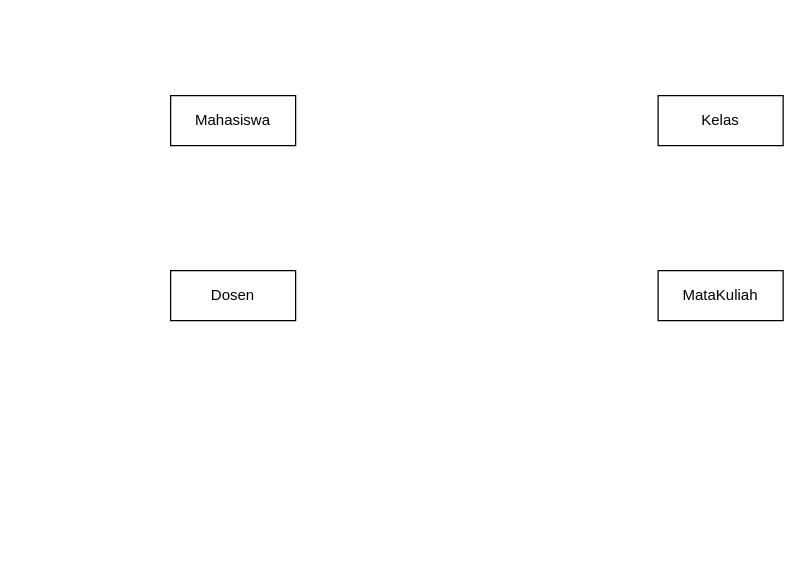
ignatiusbarry69/draw.io keeps this draw.io diagram as database_progweb_tugas4.drawio. Above is the earlier version. Source tidied: cells renumbered, new cells numbered last; positions are measured from the earlier drawing's top-left corner, leaving out a move shared by most shapes. Both pictures are drawn from the tidied source at 125%, with x=0, y=0 at pixel (170, 95).
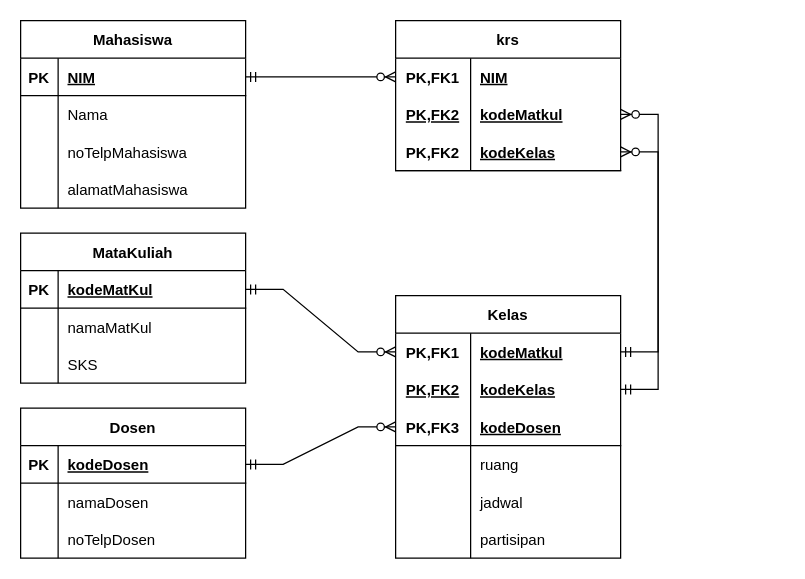
The same diagram, later.

The edit, as a diff of the source:
```diff
@@
-    <mxCell id="2" value="Mahasiswa" style="whiteSpace=wrap;html=1;align=center;" parent="1" vertex="1">
-      <mxGeometry width="100" height="40" as="geometry" />
+    <mxCell id="2" value="Mahasiswa" style="shape=table;startSize=30;childLayout=tableLayout;rowLines=0;fontStyle=1;align=center;" parent="1" vertex="1">
+      <mxGeometry x="-120" y="-60" width="180" height="150" as="geometry" />
     </mxCell>
+    <mxCell id="6" style="shape=tableRow;horizontal=0;startSize=0;swimlaneHead=0;swimlaneBody=0;fillColor=none;points=[[0,0.5],[1,0.5]];portConstraint=eastwest;top=0;left=0;right=0;bottom=1;" parent="2" vertex="1">
+      <mxGeometry y="30" width="180" height="30" as="geometry" />
+    </mxCell>
+    <mxCell id="7" value="PK" style="shape=partialRectangle;fillColor=none;top=0;left=0;bottom=0;right=0;fontStyle=1;overflow=hidden;" parent="6" vertex="1">
+      <mxGeometry width="30" height="30" as="geometry" />
+    </mxCell>
+    <mxCell id="8" value="NIM" style="shape=partialRectangle;fillColor=none;top=0;left=0;bottom=0;right=0;align=left;spacingLeft=6;fontStyle=5;overflow=hidden;" parent="6" vertex="1">
+      <mxGeometry x="30" width="150" height="30" as="geometry" />
+    </mxCell>
+    <mxCell id="9" style="shape=tableRow;horizontal=0;startSize=0;swimlaneHead=0;swimlaneBody=0;fillColor=none;top=0;left=0;right=0;bottom=0;" parent="2" vertex="1">
+      <mxGeometry y="60" width="180" height="30" as="geometry" />
+    </mxCell>
+    <mxCell id="10" style="shape=partialRectangle;fillColor=none;top=0;left=0;bottom=0;right=0;overflow=hidden;" parent="9" vertex="1">
+      <mxGeometry width="30" height="30" as="geometry" />
+    </mxCell>
+    <mxCell id="11" value="Nama" style="shape=partialRectangle;fillColor=none;top=0;left=0;bottom=0;right=0;align=left;spacingLeft=6;overflow=hidden;" parent="9" vertex="1">
+      <mxGeometry x="30" width="150" height="30" as="geometry" />
+    </mxCell>
+    <mxCell id="12" style="shape=tableRow;horizontal=0;startSize=0;swimlaneHead=0;swimlaneBody=0;fillColor=none;top=0;left=0;right=0;bottom=0;" parent="2" vertex="1">
+      <mxGeometry y="90" width="180" height="30" as="geometry" />
+    </mxCell>
+    <mxCell id="13" style="shape=partialRectangle;fillColor=none;top=0;left=0;bottom=0;right=0;overflow=hidden;" parent="12" vertex="1">
+      <mxGeometry width="30" height="30" as="geometry" />
+    </mxCell>
+    <mxCell id="14" value="noTelpMahasiswa" style="shape=partialRectangle;fillColor=none;top=0;left=0;bottom=0;right=0;align=left;spacingLeft=6;overflow=hidden;" parent="12" vertex="1">
+      <mxGeometry x="30" width="150" height="30" as="geometry" />
+    </mxCell>
+    <mxCell id="15" style="shape=tableRow;horizontal=0;startSize=0;swimlaneHead=0;swimlaneBody=0;fillColor=none;top=0;left=0;right=0;bottom=0;" parent="2" vertex="1">
+      <mxGeometry y="120" width="180" height="30" as="geometry" />
+    </mxCell>
+    <mxCell id="16" style="shape=partialRectangle;fillColor=none;top=0;left=0;bottom=0;right=0;overflow=hidden;" parent="15" vertex="1">
+      <mxGeometry width="30" height="30" as="geometry" />
+    </mxCell>
+    <mxCell id="17" value="alamatMahasiswa" style="shape=partialRectangle;fillColor=none;top=0;left=0;bottom=0;right=0;align=left;spacingLeft=6;overflow=hidden;" parent="15" vertex="1">
+      <mxGeometry x="30" width="150" height="30" as="geometry" />
+    </mxCell>
+    <mxCell id="4" value="Dosen" style="shape=table;startSize=30;childLayout=tableLayout;rowLines=0;fontStyle=1;align=center;" parent="1" vertex="1">
+      <mxGeometry x="-120" y="250" width="180" height="120" as="geometry" />
+    </mxCell>
+    <mxCell id="18" style="shape=tableRow;horizontal=0;startSize=0;swimlaneHead=0;swimlaneBody=0;fillColor=none;points=[[0,0.5],[1,0.5]];portConstraint=eastwest;top=0;left=0;right=0;bottom=1;" parent="4" vertex="1">
+      <mxGeometry y="30" width="180" height="30" as="geometry" />
+    </mxCell>
+    <mxCell id="19" value="PK" style="shape=partialRectangle;fillColor=none;top=0;left=0;bottom=0;right=0;fontStyle=1;overflow=hidden;" parent="18" vertex="1">
+      <mxGeometry width="30" height="30" as="geometry" />
+    </mxCell>
+    <mxCell id="20" value="kodeDosen" style="shape=partialRectangle;fillColor=none;top=0;left=0;bottom=0;right=0;align=left;spacingLeft=6;fontStyle=5;overflow=hidden;" parent="18" vertex="1">
+      <mxGeometry x="30" width="150" height="30" as="geometry" />
+    </mxCell>
+    <mxCell id="21" style="shape=tableRow;horizontal=0;startSize=0;swimlaneHead=0;swimlaneBody=0;fillColor=none;top=0;left=0;right=0;bottom=0;" parent="4" vertex="1">
+      <mxGeometry y="60" width="180" height="30" as="geometry" />
+    </mxCell>
+    <mxCell id="22" style="shape=partialRectangle;fillColor=none;top=0;left=0;bottom=0;right=0;overflow=hidden;" parent="21" vertex="1">
+      <mxGeometry width="30" height="30" as="geometry" />
+    </mxCell>
+    <mxCell id="23" value="namaDosen" style="shape=partialRectangle;fillColor=none;top=0;left=0;bottom=0;right=0;align=left;spacingLeft=6;overflow=hidden;" parent="21" vertex="1">
+      <mxGeometry x="30" width="150" height="30" as="geometry" />
+    </mxCell>
+    <mxCell id="24" style="shape=tableRow;horizontal=0;startSize=0;swimlaneHead=0;swimlaneBody=0;fillColor=none;top=0;left=0;right=0;bottom=0;" parent="4" vertex="1">
+      <mxGeometry y="90" width="180" height="30" as="geometry" />
+    </mxCell>
+    <mxCell id="25" style="shape=partialRectangle;fillColor=none;top=0;left=0;bottom=0;right=0;overflow=hidden;" parent="24" vertex="1">
+      <mxGeometry width="30" height="30" as="geometry" />
+    </mxCell>
+    <mxCell id="26" value="noTelpDosen" style="shape=partialRectangle;fillColor=none;top=0;left=0;bottom=0;right=0;align=left;spacingLeft=6;overflow=hidden;" parent="24" vertex="1">
+      <mxGeometry x="30" width="150" height="30" as="geometry" />
+    </mxCell>
+    <mxCell id="5" value="MataKuliah" style="shape=table;startSize=30;childLayout=tableLayout;rowLines=0;fontStyle=1;align=center;" parent="1" vertex="1">
+      <mxGeometry x="-120" y="110" width="180" height="120" as="geometry" />
+    </mxCell>
+    <mxCell id="27" style="shape=tableRow;horizontal=0;startSize=0;swimlaneHead=0;swimlaneBody=0;fillColor=none;points=[[0,0.5],[1,0.5]];portConstraint=eastwest;top=0;left=0;right=0;bottom=1;" parent="5" vertex="1">
+      <mxGeometry y="30" width="180" height="30" as="geometry" />
+    </mxCell>
+    <mxCell id="28" value="PK" style="shape=partialRectangle;fillColor=none;top=0;left=0;bottom=0;right=0;fontStyle=1;overflow=hidden;" parent="27" vertex="1">
+      <mxGeometry width="30" height="30" as="geometry" />
+    </mxCell>
+    <mxCell id="29" value="kodeMatKul" style="shape=partialRectangle;fillColor=none;top=0;left=0;bottom=0;right=0;align=left;spacingLeft=6;fontStyle=5;overflow=hidden;" parent="27" vertex="1">
+      <mxGeometry x="30" width="150" height="30" as="geometry" />
+    </mxCell>
+    <mxCell id="30" style="shape=tableRow;horizontal=0;startSize=0;swimlaneHead=0;swimlaneBody=0;fillColor=none;top=0;left=0;right=0;bottom=0;" parent="5" vertex="1">
+      <mxGeometry y="60" width="180" height="30" as="geometry" />
+    </mxCell>
+    <mxCell id="31" style="shape=partialRectangle;fillColor=none;top=0;left=0;bottom=0;right=0;overflow=hidden;" parent="30" vertex="1">
+      <mxGeometry width="30" height="30" as="geometry" />
+    </mxCell>
+    <mxCell id="32" value="namaMatKul    " style="shape=partialRectangle;fillColor=none;top=0;left=0;bottom=0;right=0;align=left;spacingLeft=6;overflow=hidden;" parent="30" vertex="1">
+      <mxGeometry x="30" width="150" height="30" as="geometry" />
+    </mxCell>
+    <mxCell id="33" style="shape=tableRow;horizontal=0;startSize=0;swimlaneHead=0;swimlaneBody=0;fillColor=none;top=0;left=0;right=0;bottom=0;" parent="5" vertex="1">
+      <mxGeometry y="90" width="180" height="30" as="geometry" />
+    </mxCell>
+    <mxCell id="34" style="shape=partialRectangle;fillColor=none;top=0;left=0;bottom=0;right=0;overflow=hidden;" parent="33" vertex="1">
+      <mxGeometry width="30" height="30" as="geometry" />
+    </mxCell>
+    <mxCell id="35" value="SKS" style="shape=partialRectangle;fillColor=none;top=0;left=0;bottom=0;right=0;align=left;spacingLeft=6;overflow=hidden;" parent="33" vertex="1">
+      <mxGeometry x="30" width="150" height="30" as="geometry" />
+    </mxCell>
-    <mxCell id="3" value="Kelas" style="whiteSpace=wrap;html=1;align=center;" parent="1" vertex="1">
-      <mxGeometry x="390" width="100" height="40" as="geometry" />
+    <mxCell id="3" value="Kelas" style="shape=table;startSize=30;childLayout=tableLayout;rowLines=0;fontStyle=1;align=center;" parent="1" vertex="1">
+      <mxGeometry x="180" y="160" width="180" height="210" as="geometry" />
     </mxCell>
-    <mxCell id="4" value="Dosen" style="whiteSpace=wrap;html=1;align=center;" parent="1" vertex="1">
-      <mxGeometry y="140" width="100" height="40" as="geometry" />
-    </mxCell>
-    <mxCell id="5" value="MataKuliah" style="whiteSpace=wrap;html=1;align=center;" parent="1" vertex="1">
-      <mxGeometry x="390" y="140" width="100" height="40" as="geometry" />
-    </mxCell>
+    <mxCell id="36" style="shape=tableRow;horizontal=0;startSize=0;swimlaneHead=0;swimlaneBody=0;fillColor=none;points=[[0,0.5],[1,0.5]];portConstraint=eastwest;top=0;left=0;right=0;bottom=0;" parent="3" vertex="1">
+      <mxGeometry y="30" width="180" height="30" as="geometry" />
+    </mxCell>
+    <mxCell id="37" value="PK,FK1" style="shape=partialRectangle;fillColor=none;top=0;left=0;bottom=0;right=0;fontStyle=1;overflow=hidden;" parent="36" vertex="1">
+      <mxGeometry width="60" height="30" as="geometry" />
+    </mxCell>
+    <mxCell id="38" value="kodeMatkul" style="shape=partialRectangle;fillColor=none;top=0;left=0;bottom=0;right=0;align=left;spacingLeft=6;fontStyle=5;overflow=hidden;" parent="36" vertex="1">
+      <mxGeometry x="60" width="120" height="30" as="geometry" />
+    </mxCell>
+    <mxCell id="39" style="shape=tableRow;horizontal=0;startSize=0;swimlaneHead=0;swimlaneBody=0;fillColor=none;points=[[0,0.5],[1,0.5]];portConstraint=eastwest;top=0;left=0;right=0;bottom=0;" parent="3" vertex="1">
+      <mxGeometry y="60" width="180" height="30" as="geometry" />
+    </mxCell>
+    <mxCell id="40" value="PK,FK2" style="shape=partialRectangle;fillColor=none;top=0;left=0;bottom=0;right=0;overflow=hidden;fontStyle=5;" parent="39" vertex="1">
+      <mxGeometry width="60" height="30" as="geometry" />
+    </mxCell>
+    <mxCell id="41" value="kodeKelas" style="shape=partialRectangle;fillColor=none;top=0;left=0;bottom=0;right=0;align=left;spacingLeft=6;overflow=hidden;fontStyle=5;" parent="39" vertex="1">
+      <mxGeometry x="60" width="120" height="30" as="geometry" />
+    </mxCell>
+    <mxCell id="42" style="shape=tableRow;horizontal=0;startSize=0;swimlaneHead=0;swimlaneBody=0;fillColor=none;points=[[0,0.5],[1,0.5]];portConstraint=eastwest;top=0;left=0;right=0;bottom=1;" parent="3" vertex="1">
+      <mxGeometry y="90" width="180" height="30" as="geometry" />
+    </mxCell>
+    <mxCell id="43" value="PK,FK3 " style="shape=partialRectangle;fillColor=none;top=0;left=0;bottom=0;right=0;fontStyle=1;overflow=hidden;" parent="42" vertex="1">
+      <mxGeometry width="60" height="30" as="geometry" />
+    </mxCell>
+    <mxCell id="44" value="kodeDosen" style="shape=partialRectangle;fillColor=none;top=0;left=0;bottom=0;right=0;align=left;spacingLeft=6;fontStyle=5;overflow=hidden;" parent="42" vertex="1">
+      <mxGeometry x="60" width="120" height="30" as="geometry" />
+    </mxCell>
+    <mxCell id="45" style="shape=tableRow;horizontal=0;startSize=0;swimlaneHead=0;swimlaneBody=0;fillColor=none;top=0;left=0;right=0;bottom=0;" parent="3" vertex="1">
+      <mxGeometry y="120" width="180" height="30" as="geometry" />
+    </mxCell>
+    <mxCell id="46" style="shape=partialRectangle;fillColor=none;top=0;left=0;bottom=0;right=0;overflow=hidden;" parent="45" vertex="1">
+      <mxGeometry width="60" height="30" as="geometry" />
+    </mxCell>
+    <mxCell id="47" value="ruang" style="shape=partialRectangle;fillColor=none;top=0;left=0;bottom=0;right=0;align=left;spacingLeft=6;overflow=hidden;" parent="45" vertex="1">
+      <mxGeometry x="60" width="120" height="30" as="geometry" />
+    </mxCell>
+    <mxCell id="48" style="shape=tableRow;horizontal=0;startSize=0;swimlaneHead=0;swimlaneBody=0;fillColor=none;top=0;left=0;right=0;bottom=0;" parent="3" vertex="1">
+      <mxGeometry y="150" width="180" height="30" as="geometry" />
+    </mxCell>
+    <mxCell id="49" style="shape=partialRectangle;fillColor=none;top=0;left=0;bottom=0;right=0;overflow=hidden;" parent="48" vertex="1">
+      <mxGeometry width="60" height="30" as="geometry" />
+    </mxCell>
+    <mxCell id="50" value="jadwal" style="shape=partialRectangle;fillColor=none;top=0;left=0;bottom=0;right=0;align=left;spacingLeft=6;overflow=hidden;" parent="48" vertex="1">
+      <mxGeometry x="60" width="120" height="30" as="geometry" />
+    </mxCell>
+    <mxCell id="51" style="shape=tableRow;horizontal=0;startSize=0;swimlaneHead=0;swimlaneBody=0;fillColor=none;top=0;left=0;right=0;bottom=0;" parent="3" vertex="1">
+      <mxGeometry y="180" width="180" height="30" as="geometry" />
+    </mxCell>
+    <mxCell id="52" style="shape=partialRectangle;fillColor=none;top=0;left=0;bottom=0;right=0;overflow=hidden;" parent="51" vertex="1">
+      <mxGeometry width="60" height="30" as="geometry" />
+    </mxCell>
+    <mxCell id="53" value="partisipan" style="shape=partialRectangle;fillColor=none;top=0;left=0;bottom=0;right=0;align=left;spacingLeft=6;overflow=hidden;" parent="51" vertex="1">
+      <mxGeometry x="60" width="120" height="30" as="geometry" />
+    </mxCell>
+    <mxCell id="54" value="krs" style="shape=table;startSize=30;childLayout=tableLayout;rowLines=0;fontStyle=1;align=center;" parent="1" vertex="1">
+      <mxGeometry x="180" y="-60" width="180" height="120" as="geometry" />
+    </mxCell>
+    <mxCell id="55" style="shape=tableRow;horizontal=0;startSize=0;swimlaneHead=0;swimlaneBody=0;fillColor=none;points=[[0,0.5],[1,0.5]];portConstraint=eastwest;top=0;left=0;right=0;bottom=0;" parent="54" vertex="1">
+      <mxGeometry y="30" width="180" height="30" as="geometry" />
+    </mxCell>
+    <mxCell id="56" value="PK,FK1" style="shape=partialRectangle;fillColor=none;top=0;left=0;bottom=0;right=0;fontStyle=1;overflow=hidden;" parent="55" vertex="1">
+      <mxGeometry width="60" height="30" as="geometry" />
+    </mxCell>
+    <mxCell id="57" value="NIM" style="shape=partialRectangle;fillColor=none;top=0;left=0;bottom=0;right=0;align=left;spacingLeft=6;fontStyle=5;overflow=hidden;" parent="55" vertex="1">
+      <mxGeometry x="60" width="120" height="30" as="geometry" />
+    </mxCell>
+    <mxCell id="58" style="shape=tableRow;horizontal=0;startSize=0;swimlaneHead=0;swimlaneBody=0;fillColor=none;points=[[0,0.5],[1,0.5]];portConstraint=eastwest;top=0;left=0;right=0;bottom=0;" parent="54" vertex="1">
+      <mxGeometry y="60" width="180" height="30" as="geometry" />
+    </mxCell>
+    <mxCell id="59" value="PK,FK2" style="shape=partialRectangle;fillColor=none;top=0;left=0;bottom=0;right=0;overflow=hidden;fontStyle=5;" parent="58" vertex="1">
+      <mxGeometry width="60" height="30" as="geometry" />
+    </mxCell>
+    <mxCell id="60" value="kodeMatkul" style="shape=partialRectangle;fillColor=none;top=0;left=0;bottom=0;right=0;align=left;spacingLeft=6;overflow=hidden;fontStyle=5;" parent="58" vertex="1">
+      <mxGeometry x="60" width="120" height="30" as="geometry" />
+    </mxCell>
+    <mxCell id="61" style="shape=tableRow;horizontal=0;startSize=0;swimlaneHead=0;swimlaneBody=0;fillColor=none;points=[[0,0.5],[1,0.5]];portConstraint=eastwest;top=0;left=0;right=0;bottom=1;" parent="54" vertex="1">
+      <mxGeometry y="90" width="180" height="30" as="geometry" />
+    </mxCell>
+    <mxCell id="62" value="PK,FK2" style="shape=partialRectangle;fillColor=none;top=0;left=0;bottom=0;right=0;fontStyle=1;overflow=hidden;" parent="61" vertex="1">
+      <mxGeometry width="60" height="30" as="geometry" />
+    </mxCell>
+    <mxCell id="63" value="kodeKelas" style="shape=partialRectangle;fillColor=none;top=0;left=0;bottom=0;right=0;align=left;spacingLeft=6;fontStyle=5;overflow=hidden;" parent="61" vertex="1">
+      <mxGeometry x="60" width="120" height="30" as="geometry" />
+    </mxCell>
+    <mxCell id="64" style="edgeStyle=entityRelationEdgeStyle;fontSize=12;html=1;endArrow=ERzeroToMany;startArrow=ERmandOne;rounded=0;exitX=1;exitY=0.5;exitDx=0;exitDy=0;entryX=0;entryY=0.5;entryDx=0;entryDy=0;" parent="1" edge="1" source="6" target="55">
+      <mxGeometry relative="1" as="geometry" />
+    </mxCell>
+    <mxCell id="65" style="edgeStyle=entityRelationEdgeStyle;fontSize=12;html=1;endArrow=ERzeroToMany;startArrow=ERmandOne;rounded=0;exitX=1;exitY=0.5;exitDx=0;exitDy=0;entryX=0;entryY=0.5;entryDx=0;entryDy=0;" parent="1" edge="1" source="27" target="36">
+      <mxGeometry relative="1" as="geometry" />
+    </mxCell>
+    <mxCell id="66" style="edgeStyle=entityRelationEdgeStyle;fontSize=12;html=1;endArrow=ERzeroToMany;startArrow=ERmandOne;rounded=0;exitX=1;exitY=0.5;exitDx=0;exitDy=0;entryX=0;entryY=0.5;entryDx=0;entryDy=0;" parent="1" edge="1" source="18" target="42">
+      <mxGeometry relative="1" as="geometry" />
+    </mxCell>
+    <mxCell id="67" style="edgeStyle=entityRelationEdgeStyle;fontSize=12;html=1;endArrow=ERzeroToMany;startArrow=ERmandOne;rounded=0;exitX=1;exitY=0.5;exitDx=0;exitDy=0;entryX=1;entryY=0.5;entryDx=0;entryDy=0;" parent="1" edge="1" source="39" target="61">
+      <mxGeometry relative="1" as="geometry" />
+    </mxCell>
+    <mxCell id="68" style="edgeStyle=entityRelationEdgeStyle;fontSize=12;html=1;endArrow=ERzeroToMany;startArrow=ERmandOne;rounded=0;exitX=1;exitY=0.5;exitDx=0;exitDy=0;entryX=1;entryY=0.5;entryDx=0;entryDy=0;" parent="1" edge="1" source="36" target="58">
+      <mxGeometry relative="1" as="geometry" />
+    </mxCell>
```
